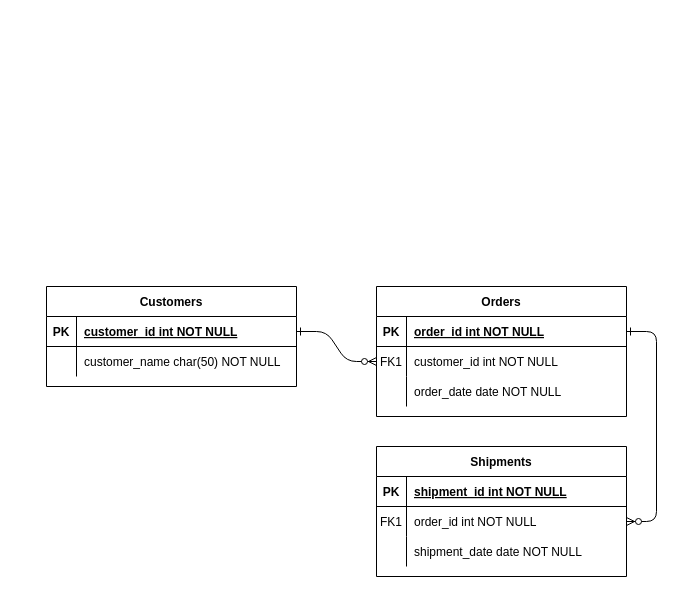
Before: Diagrama sin título.drawio in EzeReyes/Entregafinalfetchjson, a draw.io diagram. Source tidied: cells renumbered, new cells numbered last; positions are measured from the earlier drawing's top-left corner, leaving out a move shared by most shapes. Both pictures are drawn from the tidied source at 100%, with x=0, y=0 at pixel (46, 286).
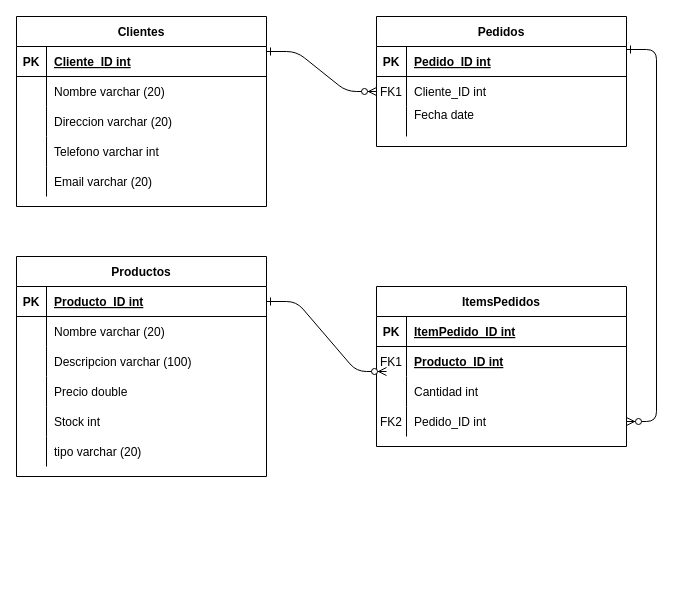
The same page after the edit.

Unchanged cells that the change refers to:
```xml
<mxCell id="5" style="shape=partialRectangle;fillColor=none;points=[[0,0.5],[1,0.5]];portConstraint=eastwest;top=0;left=0;right=0;bottom=1;" parent="4" vertex="1">
  <mxGeometry y="30" width="250" height="30" as="geometry" />
</mxCell>
<mxCell id="8" style="shape=partialRectangle;fillColor=none;points=[[0,0.5],[1,0.5]];portConstraint=eastwest;top=0;left=0;right=0;bottom=0;" parent="4" vertex="1">
  <mxGeometry y="60" width="250" height="30" as="geometry" />
</mxCell>
<mxCell id="11" style="shape=partialRectangle;fillColor=none;top=0;left=0;right=0;bottom=0;" parent="4" vertex="1">
  <mxGeometry y="90" width="250" height="30" as="geometry" />
</mxCell>
<mxCell id="25" style="shape=partialRectangle;fillColor=none;points=[[0,0.5],[1,0.5]];portConstraint=eastwest;top=0;left=0;right=0;bottom=1;" parent="24" vertex="1">
  <mxGeometry y="30" width="250" height="30" as="geometry" />
</mxCell>
<mxCell id="28" style="shape=partialRectangle;fillColor=none;top=0;left=0;right=0;bottom=0;" parent="24" vertex="1">
  <mxGeometry y="60" width="250" height="30" as="geometry" />
</mxCell>
```

What changed in the source:
```diff
@@
-    <mxCell id="2" style="edgeStyle=entityRelationEdgeStyle;endArrow=ERzeroToMany;startArrow=ERone;endFill=1;startFill=0;" parent="1" edge="1" source="25" target="8">
-      <mxGeometry relative="1" as="geometry" />
+    <mxCell id="2" style="edgeStyle=entityRelationEdgeStyle;endArrow=ERzeroToMany;startArrow=ERone;endFill=1;startFill=0;entryX=0;entryY=0.5;entryDx=0;entryDy=0;" parent="1" edge="1" target="18">
+      <mxGeometry relative="1" as="geometry">
+        <mxPoint x="220" y="-235" as="sourcePoint" />
+        <Array as="points">
+          <mxPoint x="260" y="-460" />
+          <mxPoint x="310" y="-170" />
+          <mxPoint x="340" y="-300" />
+        </Array>
+      </mxGeometry>
     </mxCell>
-    <mxCell id="3" style="edgeStyle=entityRelationEdgeStyle;endArrow=ERzeroToMany;startArrow=ERone;endFill=1;startFill=0;" parent="1" edge="1" source="5" target="18">
-      <mxGeometry relative="1" as="geometry" />
-    </mxCell>
+    <mxCell id="14" value="Pedidos" style="shape=table;startSize=30;childLayout=tableLayout;rowLines=0;fontStyle=1;align=center;" parent="1" vertex="1">
+      <mxGeometry x="330" y="-270" width="250" height="130" as="geometry" />
+    </mxCell>
+    <mxCell id="15" style="shape=partialRectangle;fillColor=none;top=0;left=0;right=0;bottom=1;" parent="14" vertex="1">
+      <mxGeometry y="30" width="250" height="30" as="geometry" />
+    </mxCell>
+    <mxCell id="16" value="PK" style="shape=partialRectangle;overflow=hidden;fillColor=none;top=0;left=0;bottom=0;right=0;fontStyle=1;" parent="15" vertex="1">
+      <mxGeometry width="30" height="30" as="geometry" />
+    </mxCell>
+    <mxCell id="17" value="Pedido_ID int" style="shape=partialRectangle;overflow=hidden;fillColor=none;top=0;left=0;bottom=0;right=0;align=left;spacingLeft=6;fontStyle=5;" parent="15" vertex="1">
+      <mxGeometry x="30" width="220" height="30" as="geometry" />
+    </mxCell>
+    <mxCell id="18" style="shape=partialRectangle;fillColor=none;points=[[0,0.5],[1,0.5]];portConstraint=eastwest;top=0;left=0;right=0;bottom=0;" parent="14" vertex="1">
+      <mxGeometry y="60" width="250" height="30" as="geometry" />
+    </mxCell>
+    <mxCell id="19" value="FK1" style="shape=partialRectangle;overflow=hidden;fillColor=none;top=0;left=0;bottom=0;right=0;" parent="18" vertex="1">
+      <mxGeometry width="30" height="30" as="geometry" />
+    </mxCell>
+    <mxCell id="20" value="Cliente_ID int" style="shape=partialRectangle;overflow=hidden;fillColor=none;top=0;left=0;bottom=0;right=0;align=left;spacingLeft=6;" parent="18" vertex="1">
+      <mxGeometry x="30" width="220" height="30" as="geometry" />
+    </mxCell>
+    <mxCell id="21" style="shape=partialRectangle;fillColor=none;top=0;left=0;right=0;bottom=0;" parent="14" vertex="1">
+      <mxGeometry y="90" width="250" height="30" as="geometry" />
+    </mxCell>
+    <mxCell id="22" style="shape=partialRectangle;overflow=hidden;fillColor=none;top=0;left=0;bottom=0;right=0;" parent="21" vertex="1">
+      <mxGeometry width="30" height="30" as="geometry" />
+    </mxCell>
+    <mxCell id="23" value="Fecha date&#10;" style="shape=partialRectangle;overflow=hidden;fillColor=none;top=0;left=0;bottom=0;right=0;align=left;spacingLeft=6;" parent="21" vertex="1">
+      <mxGeometry x="30" width="220" height="30" as="geometry" />
+    </mxCell>
-    <mxCell id="4" value="Orders" style="shape=table;startSize=30;childLayout=tableLayout;rowLines=0;fontStyle=1;align=center;" parent="1" vertex="1">
-      <mxGeometry x="330" width="250" height="130" as="geometry" />
+    <mxCell id="4" value="ItemsPedidos" style="shape=table;startSize=30;childLayout=tableLayout;rowLines=0;fontStyle=1;align=center;" parent="1" vertex="1">
+      <mxGeometry x="330" width="250" height="160" as="geometry" />
     </mxCell>
@@
-    <mxCell id="7" value="order_id int NOT NULL " style="shape=partialRectangle;overflow=hidden;fillColor=none;top=0;left=0;bottom=0;right=0;align=left;spacingLeft=6;fontStyle=5;" parent="5" vertex="1">
+    <mxCell id="7" value="ItemPedido_ID int" style="shape=partialRectangle;overflow=hidden;fillColor=none;top=0;left=0;bottom=0;right=0;align=left;spacingLeft=6;fontStyle=5;" parent="5" vertex="1">
       <mxGeometry x="30" width="220" height="30" as="geometry" />
     </mxCell>
@@
-    <mxCell id="10" value="customer_id int NOT NULL" style="shape=partialRectangle;overflow=hidden;fillColor=none;top=0;left=0;bottom=0;right=0;align=left;spacingLeft=6;" parent="8" vertex="1">
+    <mxCell id="10" style="shape=partialRectangle;overflow=hidden;fillColor=none;top=0;left=0;bottom=0;right=0;align=left;spacingLeft=6;" parent="8" vertex="1">
       <mxGeometry x="30" width="220" height="30" as="geometry" />
     </mxCell>
@@
-    <mxCell id="13" value="order_date date NOT NULL" style="shape=partialRectangle;overflow=hidden;fillColor=none;top=0;left=0;bottom=0;right=0;align=left;spacingLeft=6;" parent="11" vertex="1">
+    <mxCell id="13" value="Cantidad int" style="shape=partialRectangle;overflow=hidden;fillColor=none;top=0;left=0;bottom=0;right=0;align=left;spacingLeft=6;" parent="11" vertex="1">
       <mxGeometry x="30" width="220" height="30" as="geometry" />
     </mxCell>
-    <mxCell id="14" value="Shipments" style="shape=table;startSize=30;childLayout=tableLayout;rowLines=0;fontStyle=1;align=center;" parent="1" vertex="1">
-      <mxGeometry x="330" y="160" width="250" height="130" as="geometry" />
-    </mxCell>
-    <mxCell id="15" style="shape=partialRectangle;fillColor=none;top=0;left=0;right=0;bottom=1;" parent="14" vertex="1">
-      <mxGeometry y="30" width="250" height="30" as="geometry" />
-    </mxCell>
-    <mxCell id="16" value="PK" style="shape=partialRectangle;overflow=hidden;fillColor=none;top=0;left=0;bottom=0;right=0;fontStyle=1;" parent="15" vertex="1">
-      <mxGeometry width="30" height="30" as="geometry" />
-    </mxCell>
-    <mxCell id="17" value="shipment_id int NOT NULL " style="shape=partialRectangle;overflow=hidden;fillColor=none;top=0;left=0;bottom=0;right=0;align=left;spacingLeft=6;fontStyle=5;" parent="15" vertex="1">
-      <mxGeometry x="30" width="220" height="30" as="geometry" />
-    </mxCell>
-    <mxCell id="18" style="shape=partialRectangle;fillColor=none;points=[[0,0.5],[1,0.5]];portConstraint=eastwest;top=0;left=0;right=0;bottom=0;" parent="14" vertex="1">
-      <mxGeometry y="60" width="250" height="30" as="geometry" />
-    </mxCell>
-    <mxCell id="19" value="FK1" style="shape=partialRectangle;overflow=hidden;fillColor=none;top=0;left=0;bottom=0;right=0;" parent="18" vertex="1">
-      <mxGeometry width="30" height="30" as="geometry" />
-    </mxCell>
-    <mxCell id="20" value="order_id int NOT NULL" style="shape=partialRectangle;overflow=hidden;fillColor=none;top=0;left=0;bottom=0;right=0;align=left;spacingLeft=6;" parent="18" vertex="1">
-      <mxGeometry x="30" width="220" height="30" as="geometry" />
-    </mxCell>
-    <mxCell id="21" style="shape=partialRectangle;fillColor=none;top=0;left=0;right=0;bottom=0;" parent="14" vertex="1">
-      <mxGeometry y="90" width="250" height="30" as="geometry" />
-    </mxCell>
-    <mxCell id="22" style="shape=partialRectangle;overflow=hidden;fillColor=none;top=0;left=0;bottom=0;right=0;" parent="21" vertex="1">
-      <mxGeometry width="30" height="30" as="geometry" />
-    </mxCell>
-    <mxCell id="23" value="shipment_date date NOT NULL" style="shape=partialRectangle;overflow=hidden;fillColor=none;top=0;left=0;bottom=0;right=0;align=left;spacingLeft=6;" parent="21" vertex="1">
-      <mxGeometry x="30" width="220" height="30" as="geometry" />
-    </mxCell>
+    <mxCell id="31" style="shape=partialRectangle;fillColor=none;points=[[0,0.5],[1,0.5]];portConstraint=eastwest;top=0;left=0;right=0;bottom=0;" parent="4" vertex="1">
+      <mxGeometry y="120" width="250" height="30" as="geometry" />
+    </mxCell>
+    <mxCell id="32" value="FK2" style="shape=partialRectangle;overflow=hidden;fillColor=none;top=0;left=0;bottom=0;right=0;" parent="31" vertex="1">
+      <mxGeometry width="30" height="30" as="geometry" />
+    </mxCell>
+    <mxCell id="33" value="Pedido_ID int" style="shape=partialRectangle;overflow=hidden;fillColor=none;top=0;left=0;bottom=0;right=0;align=left;spacingLeft=6;" parent="31" vertex="1">
+      <mxGeometry x="30" width="220" height="30" as="geometry" />
+    </mxCell>
-    <mxCell id="24" value="Customers" style="shape=table;startSize=30;childLayout=tableLayout;rowLines=0;fontStyle=1;align=center;" parent="1" vertex="1">
-      <mxGeometry width="250" height="100" as="geometry" />
+    <mxCell id="24" value="Productos" style="shape=table;startSize=30;childLayout=tableLayout;rowLines=0;fontStyle=1;align=center;" parent="1" vertex="1">
+      <mxGeometry x="-30" y="-30" width="250" height="220" as="geometry" />
     </mxCell>
@@
-    <mxCell id="27" value="customer_id int NOT NULL " style="shape=partialRectangle;overflow=hidden;fillColor=none;top=0;left=0;bottom=0;right=0;align=left;spacingLeft=6;fontStyle=5;" parent="25" vertex="1">
+    <mxCell id="27" value="Producto_ID int" style="shape=partialRectangle;overflow=hidden;fillColor=none;top=0;left=0;bottom=0;right=0;align=left;spacingLeft=6;fontStyle=5;" parent="25" vertex="1">
       <mxGeometry x="30" width="220" height="30" as="geometry" />
     </mxCell>
@@
-    <mxCell id="30" value="customer_name char(50) NOT NULL" style="shape=partialRectangle;overflow=hidden;fillColor=none;top=0;left=0;bottom=0;right=0;align=left;spacingLeft=6;" parent="28" vertex="1">
+    <mxCell id="30" value="Nombre varchar (20)" style="shape=partialRectangle;overflow=hidden;fillColor=none;top=0;left=0;bottom=0;right=0;align=left;spacingLeft=6;" parent="28" vertex="1">
       <mxGeometry x="30" width="220" height="30" as="geometry" />
     </mxCell>
+    <mxCell id="34" style="shape=partialRectangle;fillColor=none;top=0;left=0;right=0;bottom=0;" parent="24" vertex="1">
+      <mxGeometry y="90" width="250" height="30" as="geometry" />
+    </mxCell>
+    <mxCell id="35" style="shape=partialRectangle;overflow=hidden;fillColor=none;top=0;left=0;bottom=0;right=0;" parent="34" vertex="1">
+      <mxGeometry width="30" height="30" as="geometry" />
+    </mxCell>
+    <mxCell id="36" value="Descripcion varchar (100)" style="shape=partialRectangle;overflow=hidden;fillColor=none;top=0;left=0;bottom=0;right=0;align=left;spacingLeft=6;perimeterSpacing=1;" parent="34" vertex="1">
+      <mxGeometry x="30" width="220" height="30" as="geometry" />
+    </mxCell>
+    <mxCell id="37" style="shape=partialRectangle;fillColor=none;top=0;left=0;right=0;bottom=0;" parent="24" vertex="1">
+      <mxGeometry y="120" width="250" height="30" as="geometry" />
+    </mxCell>
+    <mxCell id="38" style="shape=partialRectangle;overflow=hidden;fillColor=none;top=0;left=0;bottom=0;right=0;" parent="37" vertex="1">
+      <mxGeometry width="30" height="30" as="geometry" />
+    </mxCell>
+    <mxCell id="39" value="Precio double" style="shape=partialRectangle;overflow=hidden;fillColor=none;top=0;left=0;bottom=0;right=0;align=left;spacingLeft=6;" parent="37" vertex="1">
+      <mxGeometry x="30" width="220" height="30" as="geometry" />
+    </mxCell>
+    <mxCell id="40" style="shape=partialRectangle;fillColor=none;top=0;left=0;right=0;bottom=0;" parent="24" vertex="1">
+      <mxGeometry y="150" width="250" height="30" as="geometry" />
+    </mxCell>
+    <mxCell id="41" style="shape=partialRectangle;overflow=hidden;fillColor=none;top=0;left=0;bottom=0;right=0;" parent="40" vertex="1">
+      <mxGeometry width="30" height="30" as="geometry" />
+    </mxCell>
+    <mxCell id="42" value="Stock int" style="shape=partialRectangle;overflow=hidden;fillColor=none;top=0;left=0;bottom=0;right=0;align=left;spacingLeft=6;" parent="40" vertex="1">
+      <mxGeometry x="30" width="220" height="30" as="geometry" />
+    </mxCell>
+    <mxCell id="43" style="shape=partialRectangle;fillColor=none;top=0;left=0;right=0;bottom=0;" parent="24" vertex="1">
+      <mxGeometry y="180" width="250" height="30" as="geometry" />
+    </mxCell>
+    <mxCell id="44" style="shape=partialRectangle;overflow=hidden;fillColor=none;top=0;left=0;bottom=0;right=0;" parent="43" vertex="1">
+      <mxGeometry width="30" height="30" as="geometry" />
+    </mxCell>
+    <mxCell id="45" value="tipo varchar (20)" style="shape=partialRectangle;overflow=hidden;fillColor=none;top=0;left=0;bottom=0;right=0;align=left;spacingLeft=6;" parent="43" vertex="1">
+      <mxGeometry x="30" width="220" height="30" as="geometry" />
+    </mxCell>
+    <mxCell id="46" value="Producto_ID int" style="shape=partialRectangle;overflow=hidden;fillColor=none;top=0;left=0;bottom=0;right=0;align=left;spacingLeft=6;fontStyle=5;" parent="1" vertex="1">
+      <mxGeometry x="360" y="60" width="220" height="30" as="geometry" />
+    </mxCell>
+    <mxCell id="47" value="Clientes" style="shape=table;startSize=30;childLayout=tableLayout;rowLines=0;fontStyle=1;align=center;" parent="1" vertex="1">
+      <mxGeometry x="-30" y="-270" width="250" height="190" as="geometry" />
+    </mxCell>
+    <mxCell id="48" style="shape=partialRectangle;fillColor=none;top=0;left=0;right=0;bottom=1;" parent="47" vertex="1">
+      <mxGeometry y="30" width="250" height="30" as="geometry" />
+    </mxCell>
+    <mxCell id="49" value="PK" style="shape=partialRectangle;overflow=hidden;fillColor=none;top=0;left=0;bottom=0;right=0;fontStyle=1;" parent="48" vertex="1">
+      <mxGeometry width="30" height="30" as="geometry" />
+    </mxCell>
+    <mxCell id="50" value="Cliente_ID int" style="shape=partialRectangle;overflow=hidden;fillColor=none;top=0;left=0;bottom=0;right=0;align=left;spacingLeft=6;fontStyle=5;" parent="48" vertex="1">
+      <mxGeometry x="30" width="220" height="30" as="geometry" />
+    </mxCell>
+    <mxCell id="51" style="shape=partialRectangle;fillColor=none;top=0;left=0;right=0;bottom=0;" parent="47" vertex="1">
+      <mxGeometry y="60" width="250" height="30" as="geometry" />
+    </mxCell>
+    <mxCell id="52" style="shape=partialRectangle;overflow=hidden;fillColor=none;top=0;left=0;bottom=0;right=0;" parent="51" vertex="1">
+      <mxGeometry width="30" height="30" as="geometry" />
+    </mxCell>
+    <mxCell id="53" value="Nombre varchar (20)" style="shape=partialRectangle;overflow=hidden;fillColor=none;top=0;left=0;bottom=0;right=0;align=left;spacingLeft=6;" parent="51" vertex="1">
+      <mxGeometry x="30" width="220" height="30" as="geometry" />
+    </mxCell>
+    <mxCell id="54" style="shape=partialRectangle;fillColor=none;top=0;left=0;right=0;bottom=0;" parent="47" vertex="1">
+      <mxGeometry y="90" width="250" height="30" as="geometry" />
+    </mxCell>
+    <mxCell id="55" style="shape=partialRectangle;overflow=hidden;fillColor=none;top=0;left=0;bottom=0;right=0;" parent="54" vertex="1">
+      <mxGeometry width="30" height="30" as="geometry" />
+    </mxCell>
+    <mxCell id="56" value="Direccion varchar (20)" style="shape=partialRectangle;overflow=hidden;fillColor=none;top=0;left=0;bottom=0;right=0;align=left;spacingLeft=6;" parent="54" vertex="1">
+      <mxGeometry x="30" width="220" height="30" as="geometry" />
+    </mxCell>
+    <mxCell id="57" style="shape=partialRectangle;fillColor=none;top=0;left=0;right=0;bottom=0;" parent="47" vertex="1">
+      <mxGeometry y="120" width="250" height="30" as="geometry" />
+    </mxCell>
+    <mxCell id="58" style="shape=partialRectangle;overflow=hidden;fillColor=none;top=0;left=0;bottom=0;right=0;" parent="57" vertex="1">
+      <mxGeometry width="30" height="30" as="geometry" />
+    </mxCell>
+    <mxCell id="59" value="Telefono varchar int" style="shape=partialRectangle;overflow=hidden;fillColor=none;top=0;left=0;bottom=0;right=0;align=left;spacingLeft=6;" parent="57" vertex="1">
+      <mxGeometry x="30" width="220" height="30" as="geometry" />
+    </mxCell>
+    <mxCell id="60" style="shape=partialRectangle;fillColor=none;top=0;left=0;right=0;bottom=0;" parent="47" vertex="1">
+      <mxGeometry y="150" width="250" height="30" as="geometry" />
+    </mxCell>
+    <mxCell id="61" style="shape=partialRectangle;overflow=hidden;fillColor=none;top=0;left=0;bottom=0;right=0;" parent="60" vertex="1">
+      <mxGeometry width="30" height="30" as="geometry" />
+    </mxCell>
+    <mxCell id="62" value="Email varchar (20)" style="shape=partialRectangle;overflow=hidden;fillColor=none;top=0;left=0;bottom=0;right=0;align=left;spacingLeft=6;" parent="60" vertex="1">
+      <mxGeometry x="30" width="220" height="30" as="geometry" />
+    </mxCell>
+    <mxCell id="63" style="edgeStyle=entityRelationEdgeStyle;endArrow=ERzeroToMany;startArrow=ERone;endFill=1;startFill=0;" parent="1" edge="1" source="25">
+      <mxGeometry relative="1" as="geometry">
+        <mxPoint x="340" y="85" as="targetPoint" />
+      </mxGeometry>
+    </mxCell>
+    <mxCell id="64" style="edgeStyle=entityRelationEdgeStyle;endArrow=ERzeroToMany;startArrow=ERone;endFill=1;startFill=0;" parent="1" edge="1" target="31">
+      <mxGeometry relative="1" as="geometry">
+        <mxPoint x="580" y="-237" as="sourcePoint" />
+        <Array as="points">
+          <mxPoint x="620" y="-462" />
+          <mxPoint x="670" y="-172" />
+          <mxPoint x="700" y="-302" />
+          <mxPoint x="630" y="60" />
+        </Array>
+      </mxGeometry>
+    </mxCell>
```
